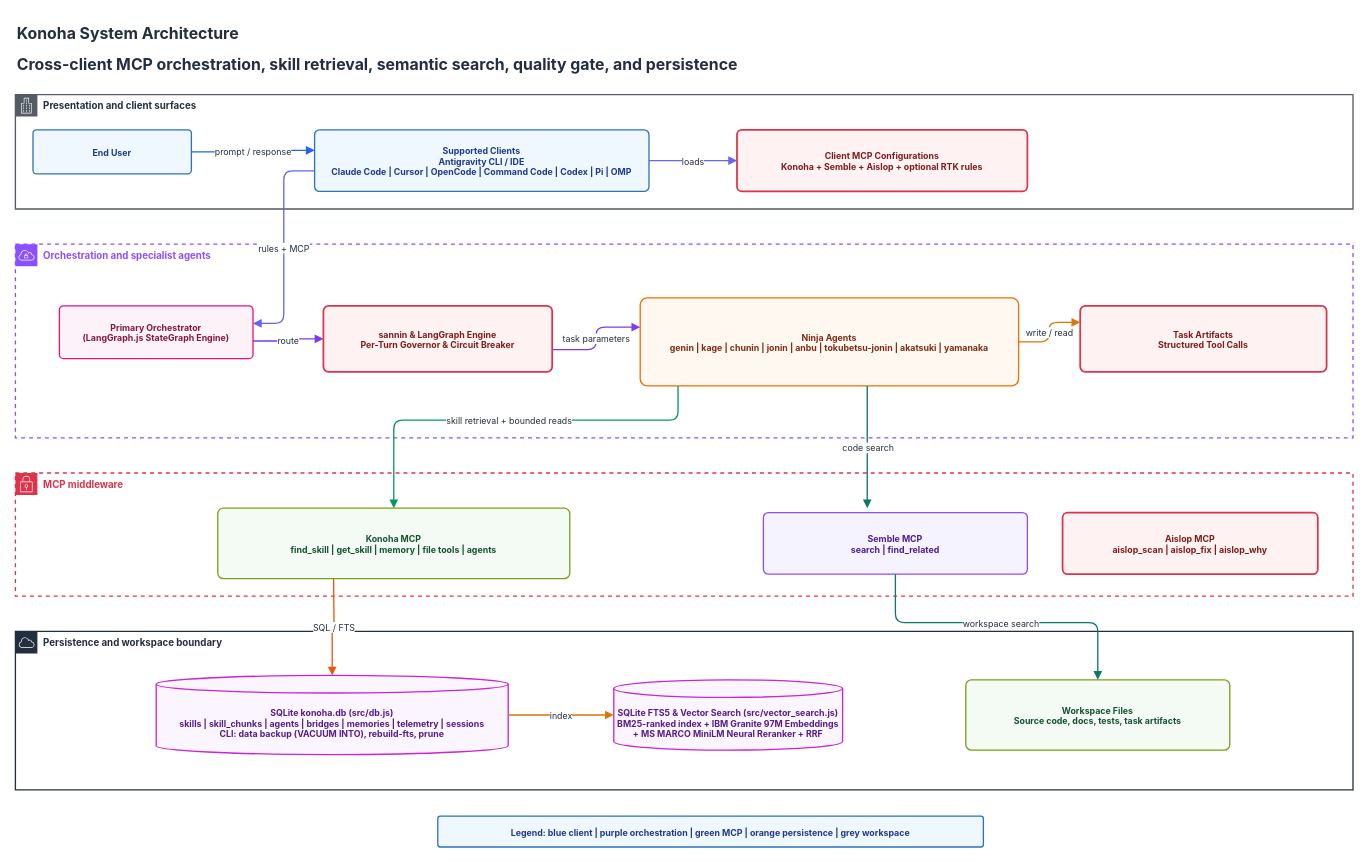
andycungkrinx91/konoha keeps this draw.io diagram as page "01 System Architecture" (1 of 18) of docs/diagrams/konoha-infrastructure-architecture.drawio. Above is the earlier version. Source tidied: cells renumbered, new cells numbered last; positions are measured from the earlier drawing's top-left corner, leaving out a move shared by most shapes. Both pictures are drawn from the tidied source at 88%, with x=0, y=0 at pixel (15, 15).
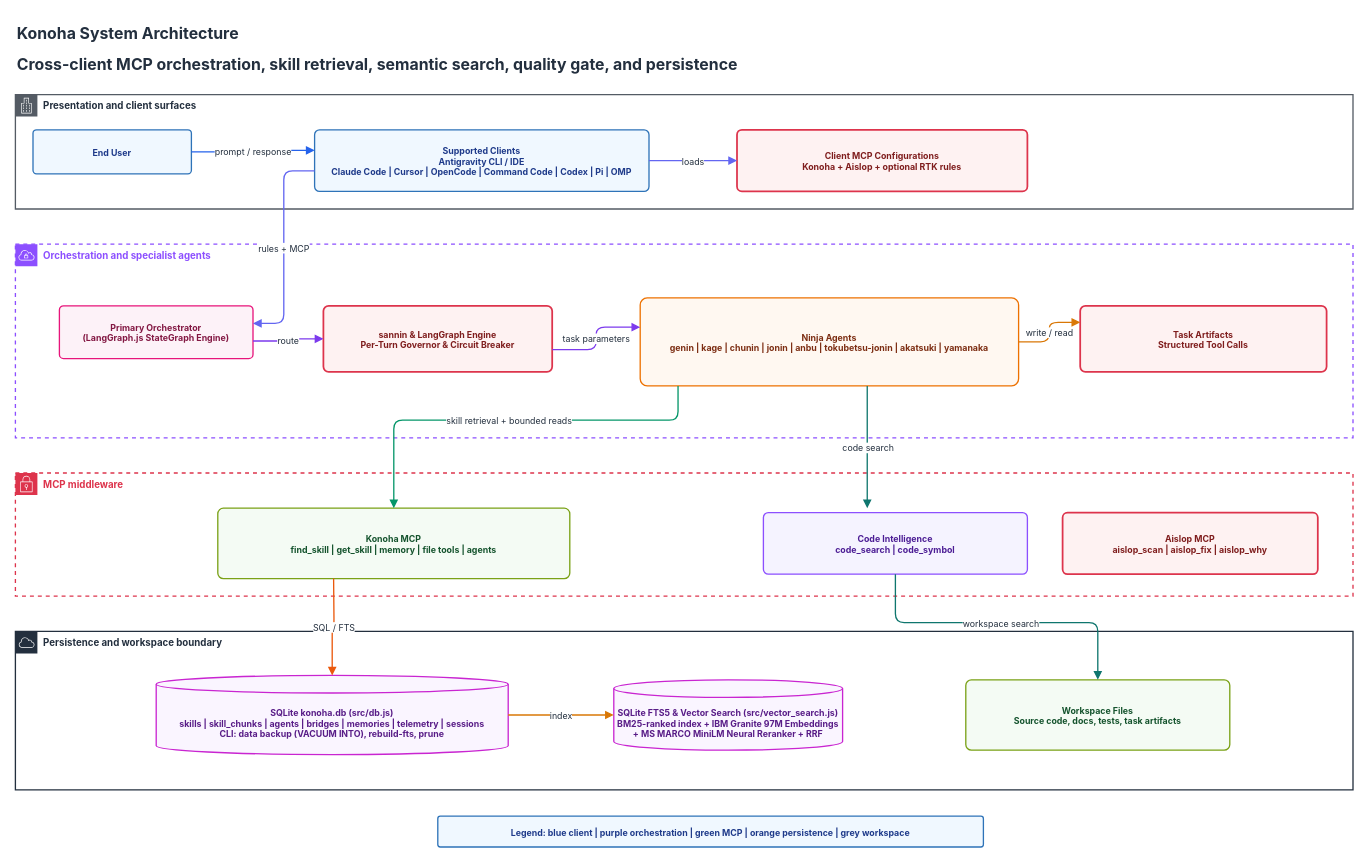
After the change.

The change refers to these unchanged cells:
```xml
<mxCell id="4" value="Presentation and client surfaces" style="shape=mxgraph.aws4.group;grIcon=mxgraph.aws4.group_corporate_data_center;strokeColor=#545B64;fillColor=none;verticalAlign=top;align=left;spacingLeft=30;fontColor=#232F3E;dashed=0;strokeWidth=1.5;fontFamily=Inter, system-ui;fontSize=11;fontStyle=1;" parent="1" vertex="1">
  <mxGeometry y="90" width="1520" height="130" as="geometry" />
</mxCell>
<mxCell id="13" value="MCP middleware" style="shape=mxgraph.aws4.group;grIcon=mxgraph.aws4.group_security_group;strokeColor=#DD344C;fillColor=none;verticalAlign=top;align=left;spacingLeft=30;fontColor=#DD344C;dashed=1;strokeWidth=1.5;fontFamily=Inter, system-ui;fontSize=11;fontStyle=1;" parent="1" vertex="1">
  <mxGeometry y="520" width="1520" height="140" as="geometry" />
</mxCell>
<mxCell id="20" value="Workspace Files&#10;Source code, docs, tests, task artifacts" style="rounded=1;arcSize=8;html=1;whiteSpace=wrap;fillColor=#F4FBF4;strokeColor=#7AA116;strokeWidth=1.5;fontFamily=Inter, system-ui, -apple-system;fontSize=10;fontColor=#14532D;fontStyle=1;shadow=0;" parent="17" vertex="1">
  <mxGeometry x="1080" y="55" width="300" height="80" as="geometry" />
</mxCell>
```

The edit, as a diff of the source:
```diff
@@
-    <mxCell id="7" value="Client MCP Configurations&#10;Konoha + Semble + Aislop + optional RTK rules" style="rounded=1;arcSize=8;html=1;whiteSpace=wrap;fillColor=#FEF2F2;strokeColor=#DD344C;strokeWidth=2;fontFamily=Inter, system-ui, -apple-system;fontSize=10;fontColor=#7F1D1D;fontStyle=1;shadow=0;" parent="4" vertex="1">
+    <mxCell id="7" value="Client MCP Configurations&#10;Konoha + Aislop + optional RTK rules" style="rounded=1;arcSize=8;html=1;whiteSpace=wrap;fillColor=#FEF2F2;strokeColor=#DD344C;strokeWidth=2;fontFamily=Inter, system-ui, -apple-system;fontSize=10;fontColor=#7F1D1D;fontStyle=1;shadow=0;" parent="4" vertex="1">
       <mxGeometry x="820" y="40" width="330" height="70" as="geometry" />
     </mxCell>
@@
-    <mxCell id="15" value="Semble MCP&#10;search | find_related" style="rounded=1;arcSize=8;html=1;whiteSpace=wrap;fillColor=#F5F3FF;strokeColor=#8C4FFF;strokeWidth=1.5;fontFamily=Inter, system-ui, -apple-system;fontSize=10;fontColor=#4C1D95;fontStyle=1;shadow=0;" parent="13" vertex="1">
-      <mxGeometry x="850" y="45" width="300" height="70" as="geometry" />
-    </mxCell>
+    <mxCell id="33" value="Code Intelligence&#10;code_search | code_symbol" style="rounded=1;arcSize=8;html=1;whiteSpace=wrap;fillColor=#F5F3FF;strokeColor=#8C4FFF;strokeWidth=1.5;fontFamily=Inter, system-ui, -apple-system;fontSize=10;fontColor=#4C1D95;fontStyle=1;shadow=0;" parent="13" vertex="1">
+      <mxGeometry x="850" y="45" width="300" height="70" as="geometry" />
+    </mxCell>
@@
-    <mxCell id="31" value="workspace search" style="edgeStyle=orthogonalEdgeStyle;rounded=1;jettySize=auto;html=1;strokeColor=#0f766e;strokeWidth=1.5;endArrow=block;endFill=1;fontFamily=Inter, system-ui, -apple-system;fontSize=10;fontColor=#232F3E;labelBackgroundColor=#FFFFFF;" parent="1" edge="1" source="15" target="20">
+    <mxCell id="31" value="workspace search" style="edgeStyle=orthogonalEdgeStyle;rounded=1;jettySize=auto;html=1;strokeColor=#0f766e;strokeWidth=1.5;endArrow=block;endFill=1;fontFamily=Inter, system-ui, -apple-system;fontSize=10;fontColor=#232F3E;labelBackgroundColor=#FFFFFF;" parent="1" edge="1" source="33" target="20">
       <mxGeometry relative="1" as="geometry">
         <Array as="points">
           <mxPoint x="1000" y="690" />
           <mxPoint x="1230" y="690" />
         </Array>
       </mxGeometry>
     </mxCell>
```
